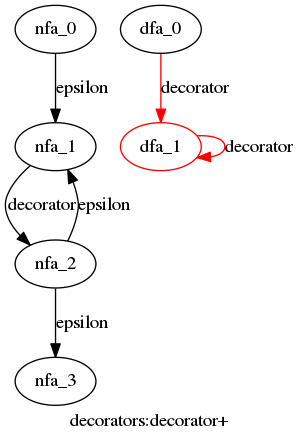
This is cpython/grammar/handwrite/nfa_dfas/4.decorators.dot.png from WinChua/blog, a Graphviz export, as it was before one commit. Its source is kept beside it as cpython/grammar/handwrite/nfa_dfas/4.decorators.dot. The source it was exported from:
```dot
digraph decorators {
 graph[label="decorators:decorator+"]
 subgraph decorators_nfa {
  nfa_0->nfa_1[label="epsilon"]
  nfa_1->nfa_2[label="decorator"]
  nfa_2->nfa_1[label="epsilon"]
  nfa_2->nfa_3[label="epsilon"]
  }
 subgraph decorators_dfa {
  dfa_0->dfa_1[label="decorator",color=red]
  dfa_1->dfa_1[label="decorator",color=red]
  dfa_1[color=red]
  }
}
```
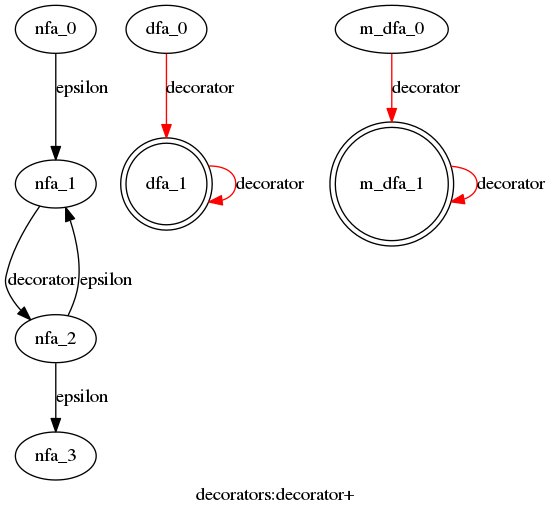
The same file after the commit.

Diff of the diagram source:
```diff
@@ -9,6 +9,11 @@
  subgraph decorators_dfa {
   dfa_0->dfa_1[label="decorator",color=red]
   dfa_1->dfa_1[label="decorator",color=red]
-  dfa_1[color=red]
+  dfa_1[shape=doublecircle]
+  }
+ subgraph decorators_m_dfa {
+  m_dfa_0->m_dfa_1[label="decorator",color=red]
+  m_dfa_1->m_dfa_1[label="decorator",color=red]
+  m_dfa_1[shape=doublecircle]
   }
 }
```
